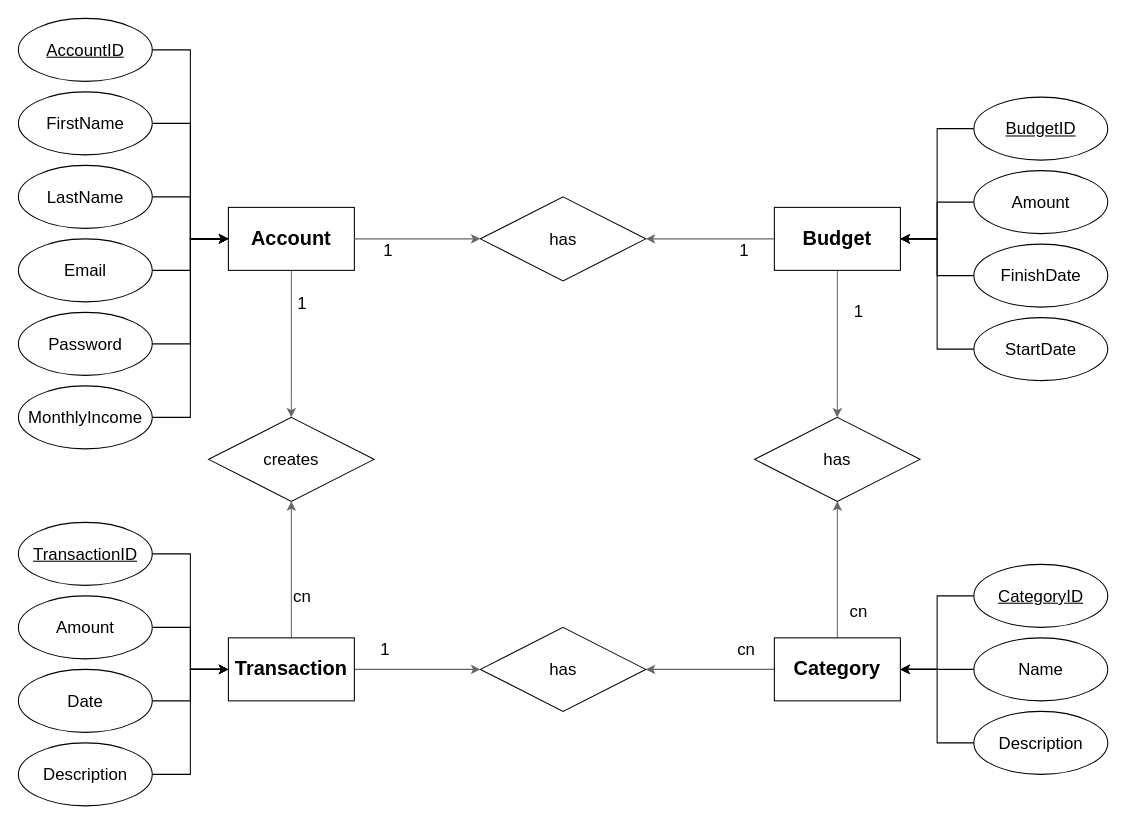
LuisAll12/IPT-6.1_Expensemanager keeps this draw.io diagram as Projektplanung/ER-Diagramm_Expensesmanager.drawio. Above is the earlier version. Source tidied: cells renumbered, new cells numbered last; positions are measured from the earlier drawing's top-left corner, leaving out a move shared by most shapes. Both pictures are drawn from the tidied source at 105%, with x=0, y=0 at pixel (18, 18).
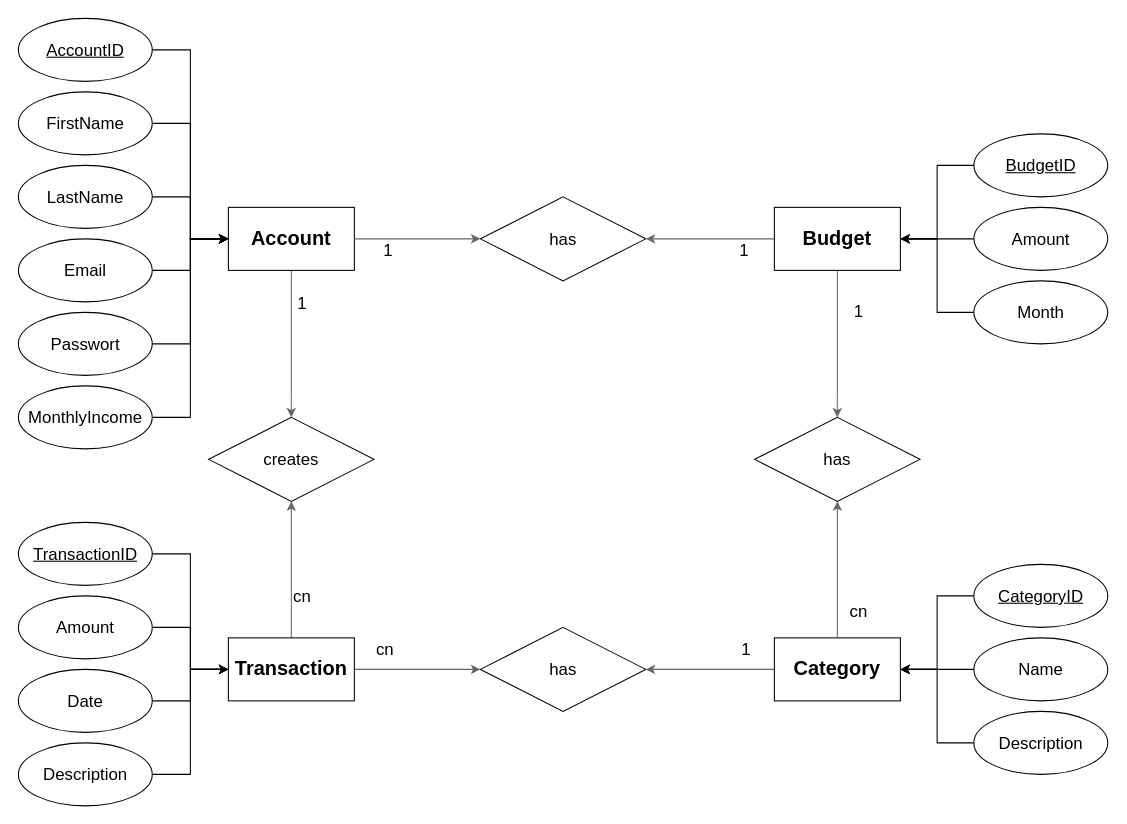
After the change.

The change refers to these unchanged cells:
```xml
<mxCell id="5" style="rounded=0;jettySize=auto;html=1;exitX=0;exitY=0.5;exitDx=0;exitDy=0;entryX=1;entryY=0.5;entryDx=0;entryDy=0;strokeColor=#666666;fillColor=#f5f5f5;gradientColor=#b3b3b3;" parent="1" edge="1" source="9" target="51">
  <mxGeometry relative="1" as="geometry" />
</mxCell>
<mxCell id="12" style="rounded=0;jettySize=auto;html=1;exitX=1;exitY=0.5;exitDx=0;exitDy=0;entryX=0;entryY=0.5;entryDx=0;entryDy=0;strokeColor=#666666;fillColor=#f5f5f5;gradientColor=#b3b3b3;" parent="1" edge="1" source="14" target="51">
  <mxGeometry relative="1" as="geometry" />
</mxCell>
<mxCell id="17" value="&lt;font style=&quot;font-size: 19px;&quot;&gt;&lt;b&gt;Budget&lt;/b&gt;&lt;/font&gt;" style="rounded=0;whiteSpace=wrap;html=1;" parent="1" vertex="1">
  <mxGeometry x="720" y="180" width="120" height="60" as="geometry" />
</mxCell>
```

Change to the diagram source:
```diff
@@
-    <mxCell id="6" value="cn" style="edgeLabel;html=1;align=center;verticalAlign=middle;fontSize=16;" parent="5" vertex="1">
+    <mxCell id="6" value="1" style="edgeLabel;html=1;align=center;verticalAlign=middle;fontSize=16;" parent="5" vertex="1">
       <mxGeometry x="-0.55" y="-3" relative="1" as="geometry">
         <mxPoint y="-17" as="offset" />
       </mxGeometry>
     </mxCell>
@@
-    <mxCell id="13" value="1" style="edgeLabel;html=1;align=center;verticalAlign=middle;fontSize=16;" parent="12" vertex="1">
+    <mxCell id="13" value="cn" style="edgeLabel;html=1;align=center;verticalAlign=middle;fontSize=16;" parent="12" vertex="1">
       <mxGeometry x="-0.54" y="4" relative="1" as="geometry">
         <mxPoint y="-16" as="offset" />
       </mxGeometry>
     </mxCell>
@@
-    <mxCell id="29" value="Password" style="ellipse;whiteSpace=wrap;html=1;fontSize=16;" parent="1" vertex="1">
+    <mxCell id="29" value="Passwort" style="ellipse;whiteSpace=wrap;html=1;fontSize=16;" parent="1" vertex="1">
       <mxGeometry y="280" width="127.5" height="60" as="geometry" />
     </mxCell>
@@
     <mxCell id="45" value="&lt;u&gt;BudgetID&lt;/u&gt;" style="ellipse;whiteSpace=wrap;html=1;fontSize=16;" parent="1" vertex="1">
-      <mxGeometry x="910" y="75" width="127.5" height="60" as="geometry" />
+      <mxGeometry x="910" y="110" width="127.5" height="60" as="geometry" />
     </mxCell>
@@
     <mxCell id="47" value="Amount" style="ellipse;whiteSpace=wrap;html=1;fontSize=16;" parent="1" vertex="1">
-      <mxGeometry x="910" y="145" width="127.5" height="60" as="geometry" />
+      <mxGeometry x="910" y="180" width="127.5" height="60" as="geometry" />
     </mxCell>
@@
-    <mxCell id="49" value="FinishDate" style="ellipse;whiteSpace=wrap;html=1;fontSize=16;" parent="1" vertex="1">
-      <mxGeometry x="910" y="215" width="127.5" height="60" as="geometry" />
+    <mxCell id="49" value="Month" style="ellipse;whiteSpace=wrap;html=1;fontSize=16;" parent="1" vertex="1">
+      <mxGeometry x="910" y="250" width="127.5" height="60" as="geometry" />
     </mxCell>
@@
-    <mxCell id="58" style="edgeStyle=orthogonalEdgeStyle;rounded=0;jettySize=auto;html=1;exitX=0;exitY=0.5;exitDx=0;exitDy=0;entryX=1;entryY=0.5;entryDx=0;entryDy=0;" parent="1" edge="1" source="59" target="17">
-      <mxGeometry relative="1" as="geometry" />
-    </mxCell>
-    <mxCell id="59" value="StartDate" style="ellipse;whiteSpace=wrap;html=1;fontSize=16;" parent="1" vertex="1">
-      <mxGeometry x="910" y="285" width="127.5" height="60" as="geometry" />
-    </mxCell>
```
